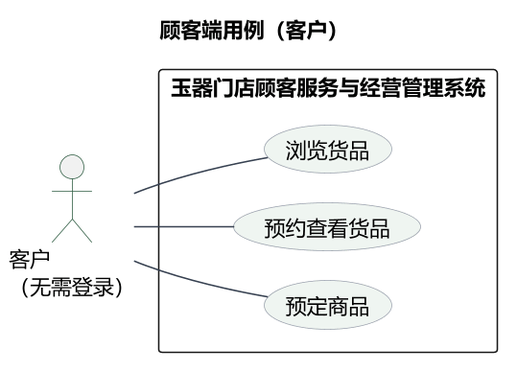
Above: docs/figs/system-use-cases/uc-cust.png in rosefinch55/jade-store-system (PlantUML), before the change.
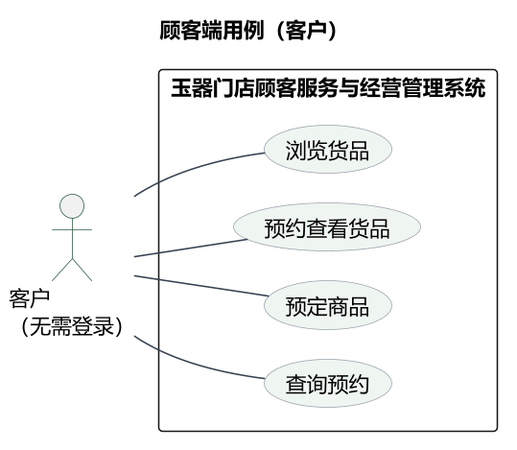
After the change.

Change to the diagram source:
```diff
@@ -19,10 +19,12 @@
   usecase "浏览货品" as U浏览货品
   usecase "预约查看货品" as U预约查看货品
   usecase "预定商品" as U预定商品
+  usecase "查询预约" as U查询预约
 }
 
 G -- U浏览货品
 G -- U预约查看货品
 G -- U预定商品
+G -- U查询预约
 
 @enduml
```
